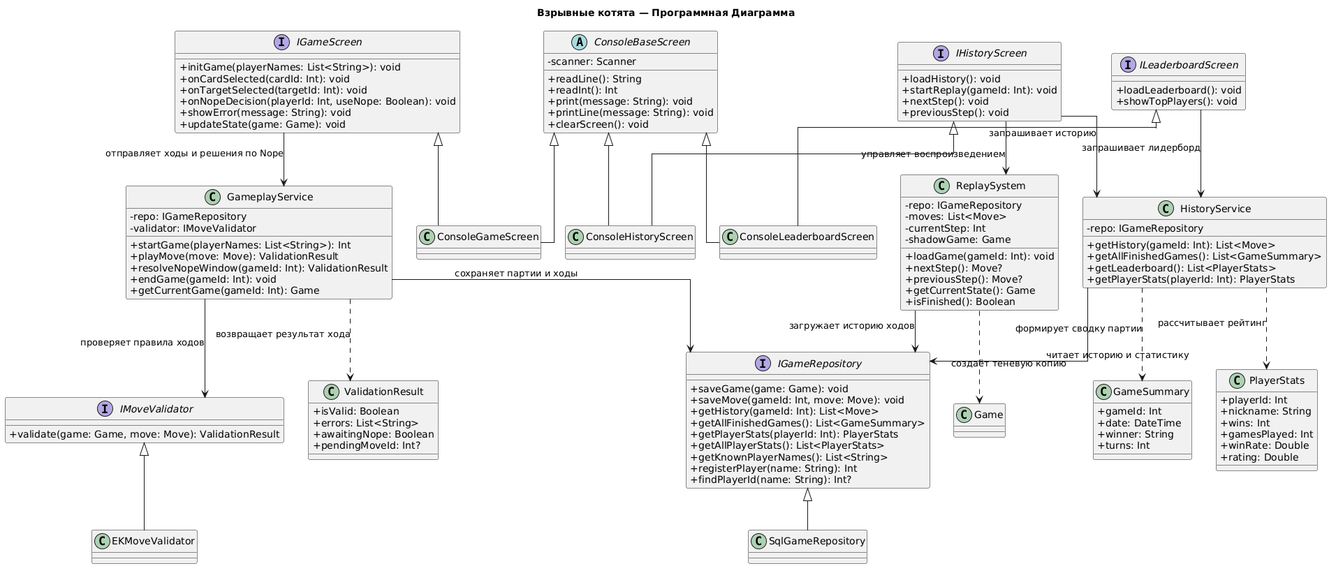
The PlantUML diagram docs/implementation_class_diagram.png in Ilya-Bugaev/ExplodingKittens, before a commit.
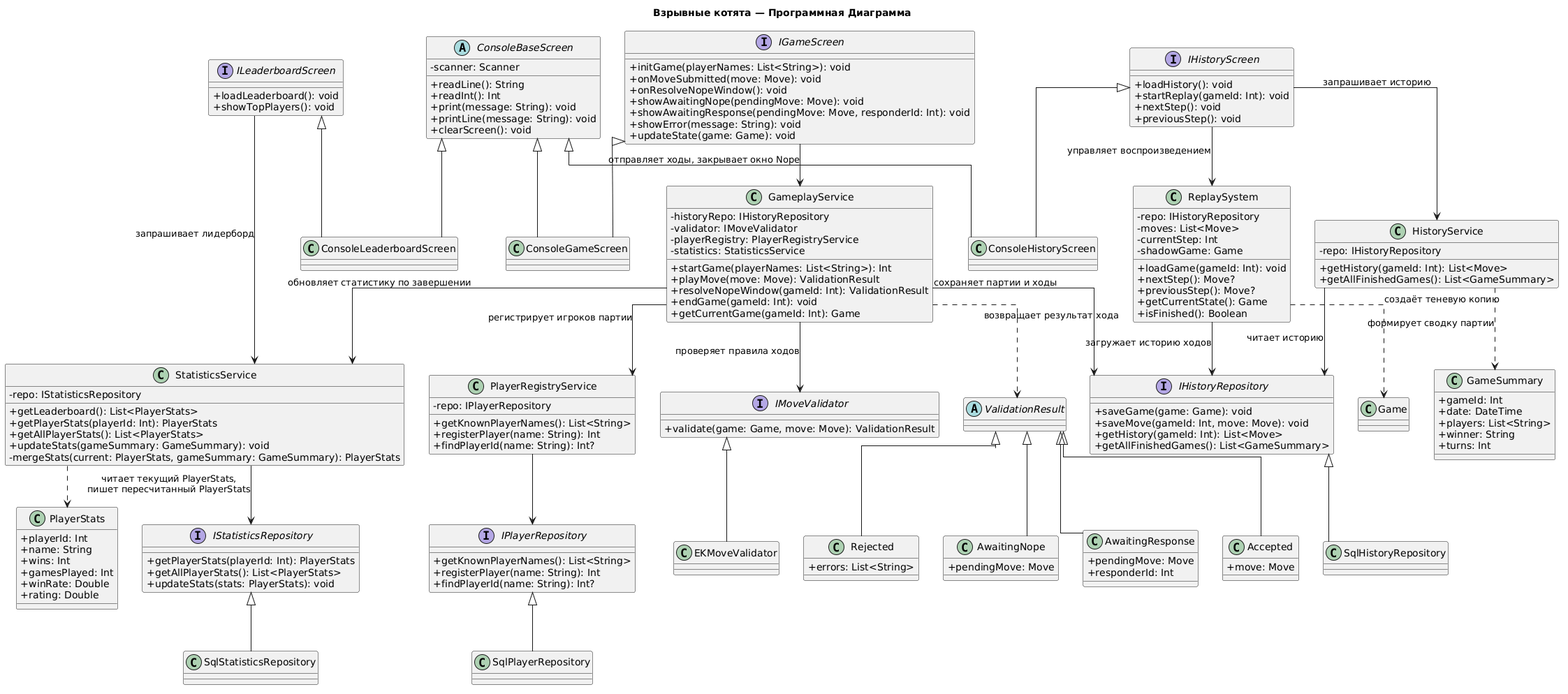
The same diagram one commit later.

What changed in the source:
```diff
@@ -3,19 +3,28 @@
 skinparam linetype ortho
 title Взрывные котята — Программная Диаграмма
 
-interface IGameRepository {
+interface IHistoryRepository {
   +saveGame(game: Game): void
   +saveMove(gameId: Int, move: Move): void
   +getHistory(gameId: Int): List<Move>
   +getAllFinishedGames(): List<GameSummary>
+}
+
+interface IStatisticsRepository {
   +getPlayerStats(playerId: Int): PlayerStats
   +getAllPlayerStats(): List<PlayerStats>
+  +updateStats(stats: PlayerStats): void
+}
+
+interface IPlayerRepository {
   +getKnownPlayerNames(): List<String>
   +registerPlayer(name: String): Int
   +findPlayerId(name: String): Int?
 }
 
-class SqlGameRepository
+class SqlHistoryRepository
+class SqlStatisticsRepository
+class SqlPlayerRepository
 
 interface IMoveValidator {
   +validate(game: Game, move: Move): ValidationResult
@@ -23,41 +32,80 @@
 
 class EKMoveValidator
 
+abstract class ValidationResult
+class Accepted {
+  +move: Move
+}
+class Rejected {
+  +errors: List<String>
+}
+class AwaitingNope {
+  +pendingMove: Move
+}
+class AwaitingResponse {
+  +pendingMove: Move
+  +responderId: Int
+}
+ValidationResult <|-- Accepted
+ValidationResult <|-- Rejected
+ValidationResult <|-- AwaitingNope
+ValidationResult <|-- AwaitingResponse
+
 class GameplayService {
-  -repo: IGameRepository
+  -historyRepo: IHistoryRepository
   -validator: IMoveValidator
+  -playerRegistry: PlayerRegistryService
+  -statistics: StatisticsService
   +startGame(playerNames: List<String>): Int
   +playMove(move: Move): ValidationResult
   +resolveNopeWindow(gameId: Int): ValidationResult
   +endGame(gameId: Int): void
   +getCurrentGame(gameId: Int): Game
 }
+GameplayService --> IHistoryRepository : сохраняет партии и ходы
+GameplayService --> IMoveValidator : проверяет правила ходов
+GameplayService --> PlayerRegistryService : регистрирует игроков партии
+GameplayService --> StatisticsService : обновляет статистику по завершении
+GameplayService ..> ValidationResult : возвращает результат хода
+
+class PlayerRegistryService {
+  -repo: IPlayerRepository
+  +getKnownPlayerNames(): List<String>
+  +registerPlayer(name: String): Int
+  +findPlayerId(name: String): Int?
+}
+PlayerRegistryService --> IPlayerRepository
 
 class HistoryService {
-  -repo: IGameRepository
+  -repo: IHistoryRepository
   +getHistory(gameId: Int): List<Move>
   +getAllFinishedGames(): List<GameSummary>
+}
+HistoryService --> IHistoryRepository : читает историю
+HistoryService ..> GameSummary : формирует сводку партии
+
+class StatisticsService {
+  -repo: IStatisticsRepository
   +getLeaderboard(): List<PlayerStats>
   +getPlayerStats(playerId: Int): PlayerStats
+  +getAllPlayerStats(): List<PlayerStats>
+  +updateStats(gameSummary: GameSummary): void
+  -mergeStats(current: PlayerStats, gameSummary: GameSummary): PlayerStats
 }
-
-class ValidationResult {
-  +isValid: Boolean
-  +errors: List<String>
-  +awaitingNope: Boolean
-  +pendingMoveId: Int?
-}
+StatisticsService --> IStatisticsRepository : читает текущий PlayerStats,\nпишет пересчитанный PlayerStats
+StatisticsService ..> PlayerStats
 
 class GameSummary {
   +gameId: Int
   +date: DateTime
+  +players: List<String>
   +winner: String
   +turns: Int
 }
 
 class PlayerStats {
   +playerId: Int
-  +nickname: String
+  +name: String
   +wins: Int
   +gamesPlayed: Int
   +winRate: Double
@@ -65,7 +113,7 @@
 }
 
 class ReplaySystem {
-  -repo: IGameRepository
+  -repo: IHistoryRepository
   -moves: List<Move>
   -currentStep: Int
   -shadowGame: Game
@@ -75,12 +123,15 @@
   +getCurrentState(): Game
   +isFinished(): Boolean
 }
+ReplaySystem --> IHistoryRepository : загружает историю ходов
+ReplaySystem ..> Game : создаёт теневую копию
 
 interface IGameScreen {
   +initGame(playerNames: List<String>): void
-  +onCardSelected(cardId: Int): void
-  +onTargetSelected(targetId: Int): void
-  +onNopeDecision(playerId: Int, useNope: Boolean): void
+  +onMoveSubmitted(move: Move): void
+  +onResolveNopeWindow(): void
+  +showAwaitingNope(pendingMove: Move): void
+  +showAwaitingResponse(pendingMove: Move, responderId: Int): void
   +showError(message: String): void
   +updateState(game: Game): void
 }
@@ -110,23 +161,14 @@
 class ConsoleHistoryScreen
 class ConsoleLeaderboardScreen
 
-GameplayService --> IGameRepository : сохраняет партии и ходы
-GameplayService --> IMoveValidator : проверяет правила ходов
-GameplayService ..> ValidationResult : возвращает результат хода
-
-HistoryService --> IGameRepository : читает историю и статистику
-HistoryService ..> PlayerStats : рассчитывает рейтинг
-HistoryService ..> GameSummary : формирует сводку партии
-
-ReplaySystem --> IGameRepository : загружает историю ходов
-ReplaySystem ..> Game : создаёт теневую копию
-
-IGameScreen --> GameplayService : отправляет ходы и решения по Nope
+IGameScreen --> GameplayService : отправляет ходы, закрывает окно Nope
 IHistoryScreen --> HistoryService : запрашивает историю
 IHistoryScreen --> ReplaySystem : управляет воспроизведением
-ILeaderboardScreen --> HistoryService : запрашивает лидерборд
+ILeaderboardScreen --> StatisticsService : запрашивает лидерборд
 
-IGameRepository <|-- SqlGameRepository
+IHistoryRepository <|-- SqlHistoryRepository
+IStatisticsRepository <|-- SqlStatisticsRepository
+IPlayerRepository <|-- SqlPlayerRepository
 IMoveValidator <|-- EKMoveValidator
 IGameScreen <|-- ConsoleGameScreen
 IHistoryScreen <|-- ConsoleHistoryScreen
```
